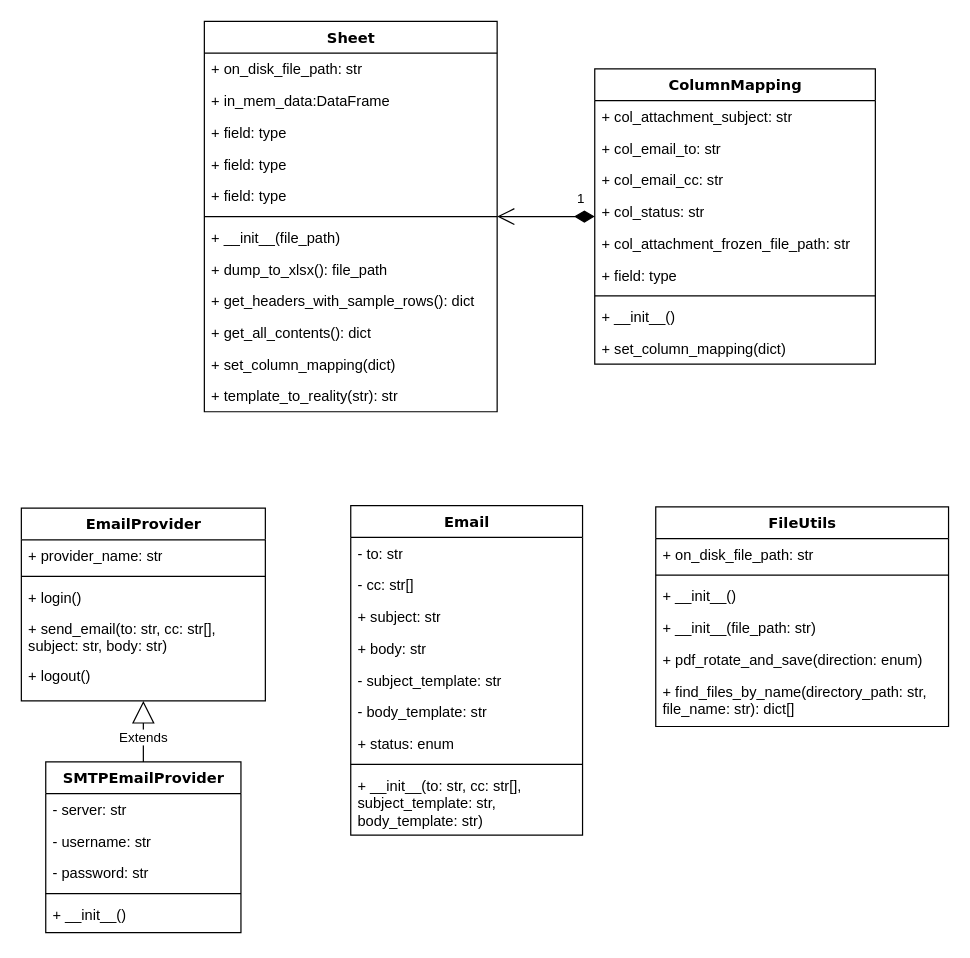
Earlier version of the draw.io diagram docs/WittyMail_ClassDiagram.drawio (Saraswitty/WittyMail). Source tidied: cells renumbered, new cells numbered last; positions are measured from the earlier drawing's top-left corner, leaving out a move shared by most shapes. Both pictures are drawn from the tidied source at 122%, with x=0, y=0 at pixel (21, 21).
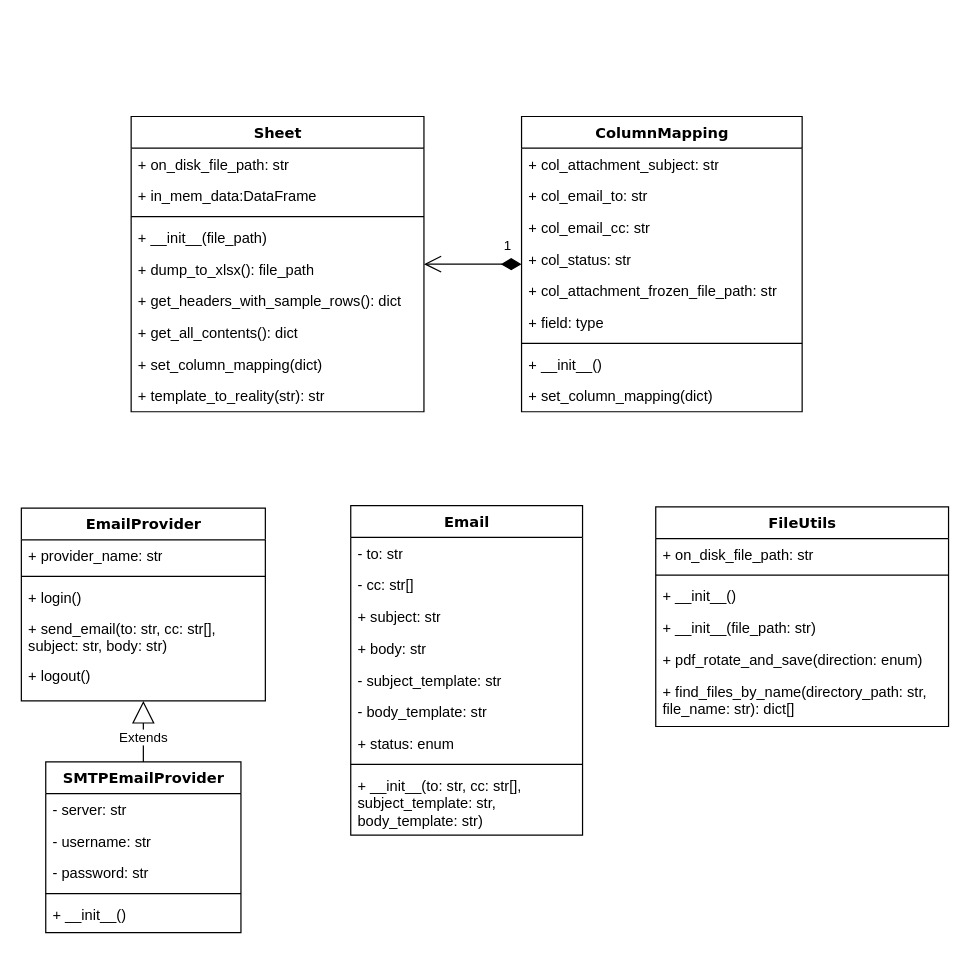
The same diagram, later.

Change to the diagram source:
```diff
@@
     <mxCell id="2" value="Sheet" style="swimlane;html=1;fontStyle=1;align=center;verticalAlign=top;horizontal=1;startSize=26;swimlaneFillColor=#ffffff;rounded=0;shadow=0;comic=0;labelBackgroundColor=none;strokeColor=#000000;strokeWidth=1;fillColor=none;fontFamily=Verdana;fontSize=12;fontColor=#000000;" parent="1" vertex="1">
-      <mxGeometry x="150" width="240" height="320" as="geometry" />
+      <mxGeometry x="90" y="78" width="240" height="242" as="geometry" />
     </mxCell>
@@
-    <mxCell id="5" value="+ field: type" style="text;html=1;strokeColor=none;fillColor=none;align=left;verticalAlign=top;spacingLeft=4;spacingRight=4;whiteSpace=wrap;overflow=hidden;" parent="2" vertex="1">
-      <mxGeometry y="78" width="240" height="26" as="geometry" />
-    </mxCell>
-    <mxCell id="6" value="+ field: type" style="text;html=1;strokeColor=none;fillColor=none;align=left;verticalAlign=top;spacingLeft=4;spacingRight=4;whiteSpace=wrap;overflow=hidden;" parent="2" vertex="1">
-      <mxGeometry y="104" width="240" height="26" as="geometry" />
-    </mxCell>
-    <mxCell id="7" value="+ field: type" style="text;html=1;strokeColor=none;fillColor=none;align=left;verticalAlign=top;spacingLeft=4;spacingRight=4;whiteSpace=wrap;overflow=hidden;" parent="2" vertex="1">
-      <mxGeometry y="130" width="240" height="26" as="geometry" />
-    </mxCell>
     <mxCell id="8" style="line;html=1;strokeWidth=1;fillColor=none;align=left;verticalAlign=middle;spacingTop=-1;spacingLeft=3;spacingRight=3;labelPosition=right;" parent="2" vertex="1">
-      <mxGeometry y="156" width="240" height="8" as="geometry" />
+      <mxGeometry y="78" width="240" height="8" as="geometry" />
     </mxCell>
     <mxCell id="9" value="+ __init__(file_path)" style="text;html=1;strokeColor=none;fillColor=none;align=left;verticalAlign=top;spacingLeft=4;spacingRight=4;whiteSpace=wrap;overflow=hidden;" parent="2" vertex="1">
-      <mxGeometry y="164" width="240" height="26" as="geometry" />
+      <mxGeometry y="86" width="240" height="26" as="geometry" />
     </mxCell>
     <mxCell id="10" value="+ dump_to_xlsx(): file_path" style="text;html=1;strokeColor=none;fillColor=none;align=left;verticalAlign=top;spacingLeft=4;spacingRight=4;whiteSpace=wrap;overflow=hidden;" parent="2" vertex="1">
-      <mxGeometry y="190" width="240" height="26" as="geometry" />
+      <mxGeometry y="112" width="240" height="26" as="geometry" />
     </mxCell>
     <mxCell id="11" value="+ get_headers_with_sample_rows(): dict" style="text;html=1;strokeColor=none;fillColor=none;align=left;verticalAlign=top;spacingLeft=4;spacingRight=4;whiteSpace=wrap;overflow=hidden;" parent="2" vertex="1">
-      <mxGeometry y="216" width="240" height="26" as="geometry" />
+      <mxGeometry y="138" width="240" height="26" as="geometry" />
     </mxCell>
     <mxCell id="12" value="+ get_all_contents(): dict" style="text;html=1;strokeColor=none;fillColor=none;align=left;verticalAlign=top;spacingLeft=4;spacingRight=4;whiteSpace=wrap;overflow=hidden;" parent="2" vertex="1">
-      <mxGeometry y="242" width="240" height="26" as="geometry" />
+      <mxGeometry y="164" width="240" height="26" as="geometry" />
     </mxCell>
     <mxCell id="13" value="+ set_column_mapping(dict)" style="text;html=1;strokeColor=none;fillColor=none;align=left;verticalAlign=top;spacingLeft=4;spacingRight=4;whiteSpace=wrap;overflow=hidden;" parent="2" vertex="1">
-      <mxGeometry y="268" width="240" height="26" as="geometry" />
+      <mxGeometry y="190" width="240" height="26" as="geometry" />
     </mxCell>
     <mxCell id="14" value="+ template_to_reality(str): str" style="text;html=1;strokeColor=none;fillColor=none;align=left;verticalAlign=top;spacingLeft=4;spacingRight=4;whiteSpace=wrap;overflow=hidden;" parent="2" vertex="1">
-      <mxGeometry y="294" width="240" height="26" as="geometry" />
+      <mxGeometry y="216" width="240" height="26" as="geometry" />
     </mxCell>
     <mxCell id="15" value="ColumnMapping" style="swimlane;html=1;fontStyle=1;align=center;verticalAlign=top;horizontal=1;startSize=26;swimlaneFillColor=#ffffff;rounded=0;shadow=0;comic=0;labelBackgroundColor=none;strokeColor=#000000;strokeWidth=1;fillColor=none;fontFamily=Verdana;fontSize=12;fontColor=#000000;" parent="1" vertex="1">
-      <mxGeometry x="470" y="39" width="230" height="242" as="geometry" />
+      <mxGeometry x="410" y="78" width="230" height="242" as="geometry" />
     </mxCell>
```
